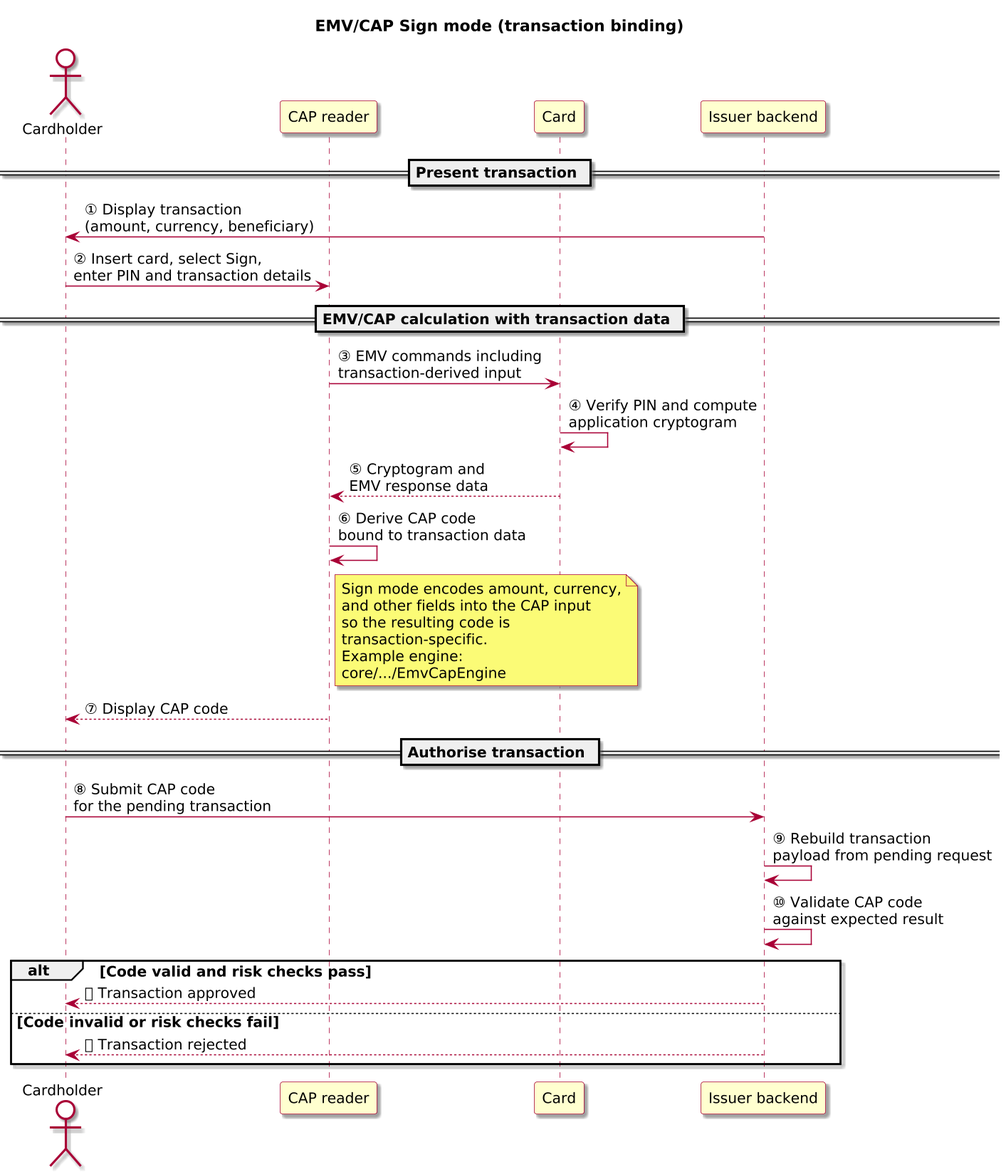
ivanstambuk/openauth-sim keeps this PlantUML diagram as docs/3-reference/protocols/diagrams/emv-cap-sign.png. Above is the earlier version. Its diagram source:
```plantuml
@startuml

skinparam BackgroundColor #FFFFFF
skinparam Shadowing true

skinparam DefaultFontName "SansSerif"
skinparam DefaultFontSize 13
skinparam DefaultFontStyle plain

skinparam dpi 150

skinparam sequence {
  ArrowColor #A80036
  LifeLineBorderColor #A80036
  LifeLineBackgroundColor #FFFFFF
}

skinparam Note {
  BackgroundColor #FBFB77
  BorderColor #A80036
}

skinparam ParticipantBorderColor #A80036
skinparam ParticipantBackgroundColor #FEFECE

skinparam ActorBorderColor #A80036
skinparam ActorBackgroundColor #FFFFFF
skinparam SequenceActorBorderThickness 2
title EMV/CAP Sign mode (transaction binding)

actor "Cardholder" as User
participant "CAP reader" as Reader
participant "Card" as Card
participant "Issuer backend" as Issuer

== Present transaction ==

Issuer -> User: ① Display transaction\n(amount, currency, beneficiary)
User -> Reader: ② Insert card, select Sign,\nenter PIN and transaction details

== EMV/CAP calculation with transaction data ==

Reader -> Card: ③ EMV commands including\ntransaction-derived input
Card -> Card: ④ Verify PIN and compute\napplication cryptogram
Card --> Reader: ⑤ Cryptogram and\nEMV response data

Reader -> Reader: ⑥ Derive CAP code\nbound to transaction data
note right of Reader
  Sign mode encodes amount, currency,
  and other fields into the CAP input
  so the resulting code is
  transaction-specific.
  Example engine:
  core/.../EmvCapEngine
end note
Reader --> User: ⑦ Display CAP code

== Authorise transaction ==

User -> Issuer: ⑧ Submit CAP code\nfor the pending transaction
Issuer -> Issuer: ⑨ Rebuild transaction\npayload from pending request
Issuer -> Issuer: ⑩ Validate CAP code\nagainst expected result

alt Code valid and risk checks pass
  Issuer --> User: ⑪ Transaction approved
else Code invalid or risk checks fail
  Issuer --> User: ⑪ Transaction rejected
end alt

@enduml
```
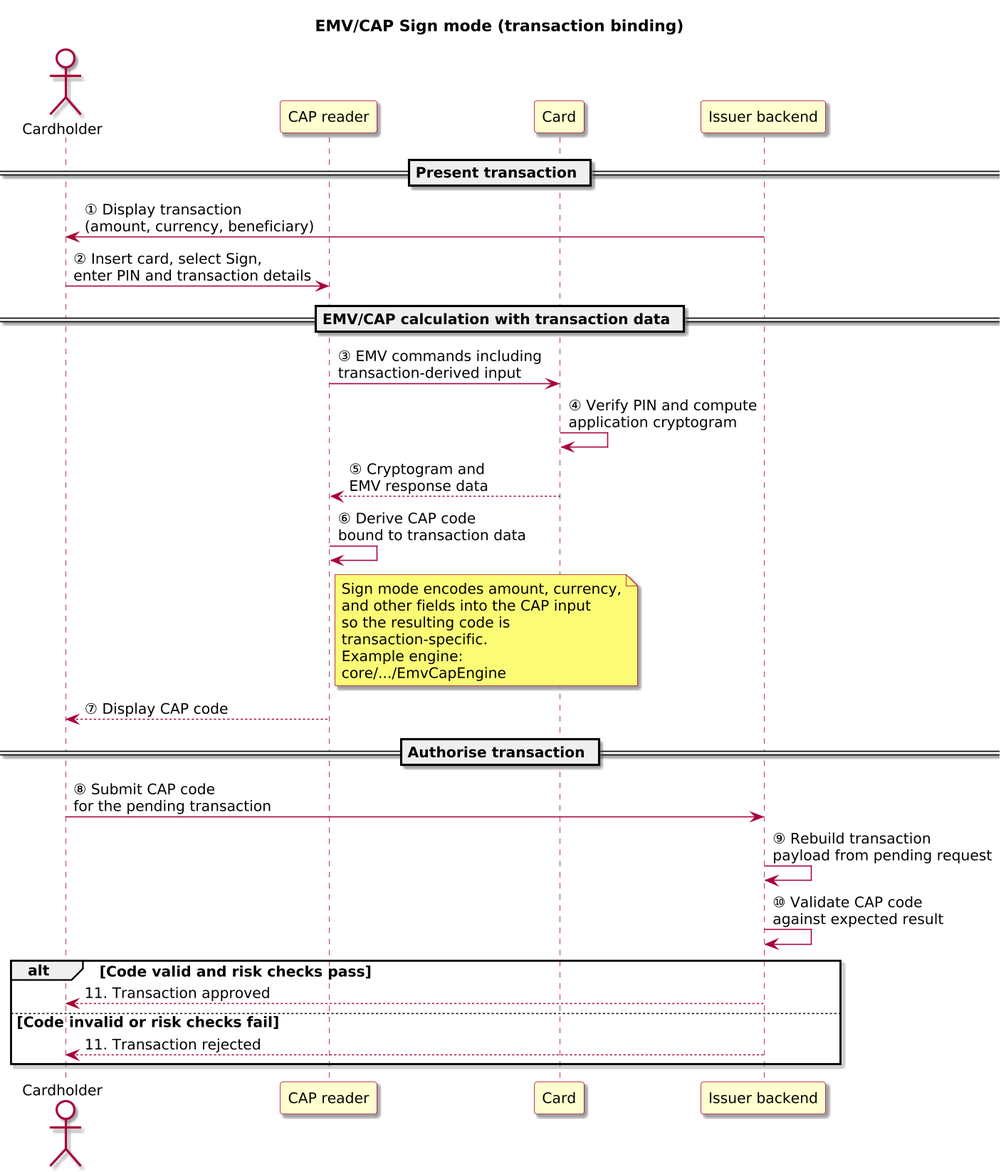
After the commit.

What changed in the source:
```diff
@@ -62,9 +62,9 @@
 Issuer -> Issuer: ⑩ Validate CAP code\nagainst expected result
 
 alt Code valid and risk checks pass
-  Issuer --> User: ⑪ Transaction approved
+  Issuer --> User: 11. Transaction approved
 else Code invalid or risk checks fail
-  Issuer --> User: ⑪ Transaction rejected
+  Issuer --> User: 11. Transaction rejected
 end alt
 
 @enduml
```
